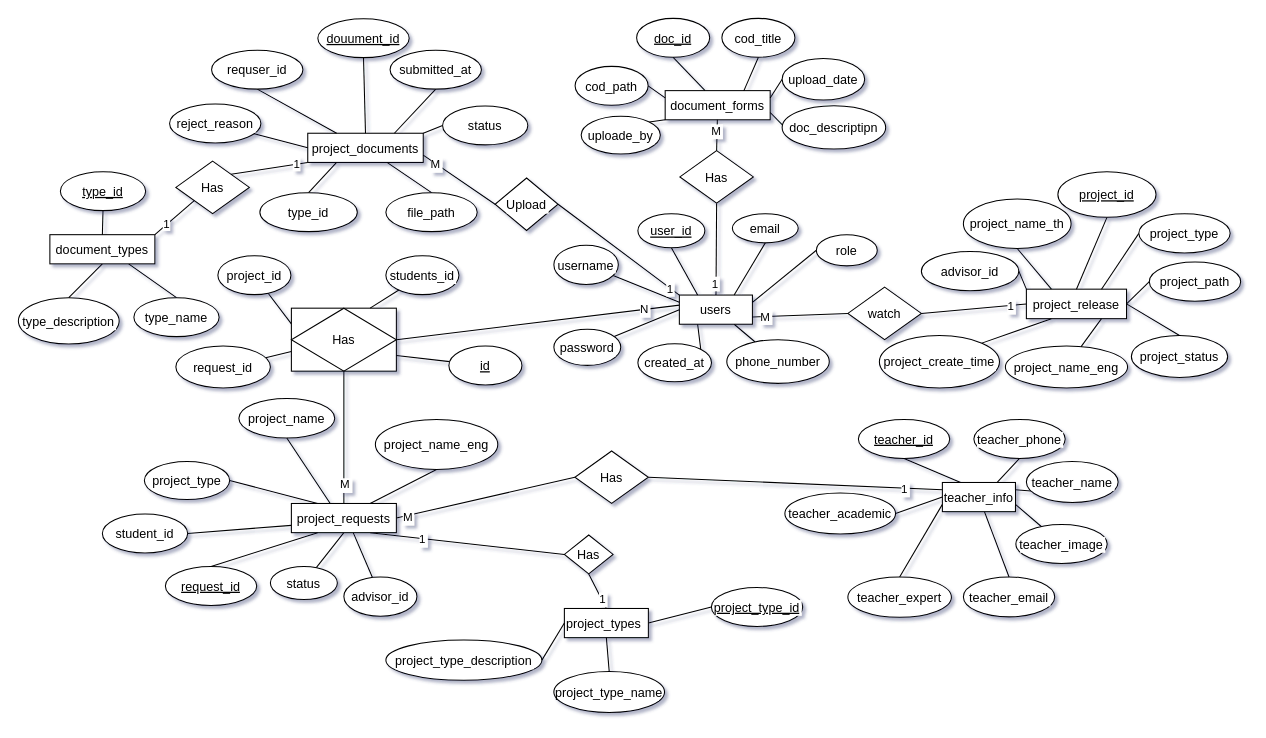
The draw.io diagram ER.drawio in ItsRyS/Diagram-pms, before the edit. Source tidied: cells renumbered, new cells numbered last; positions are measured from the earlier drawing's top-left corner, leaving out a move shared by most shapes. Both pictures are drawn from the tidied source at 105%, with x=0, y=0 at pixel (18, 18).
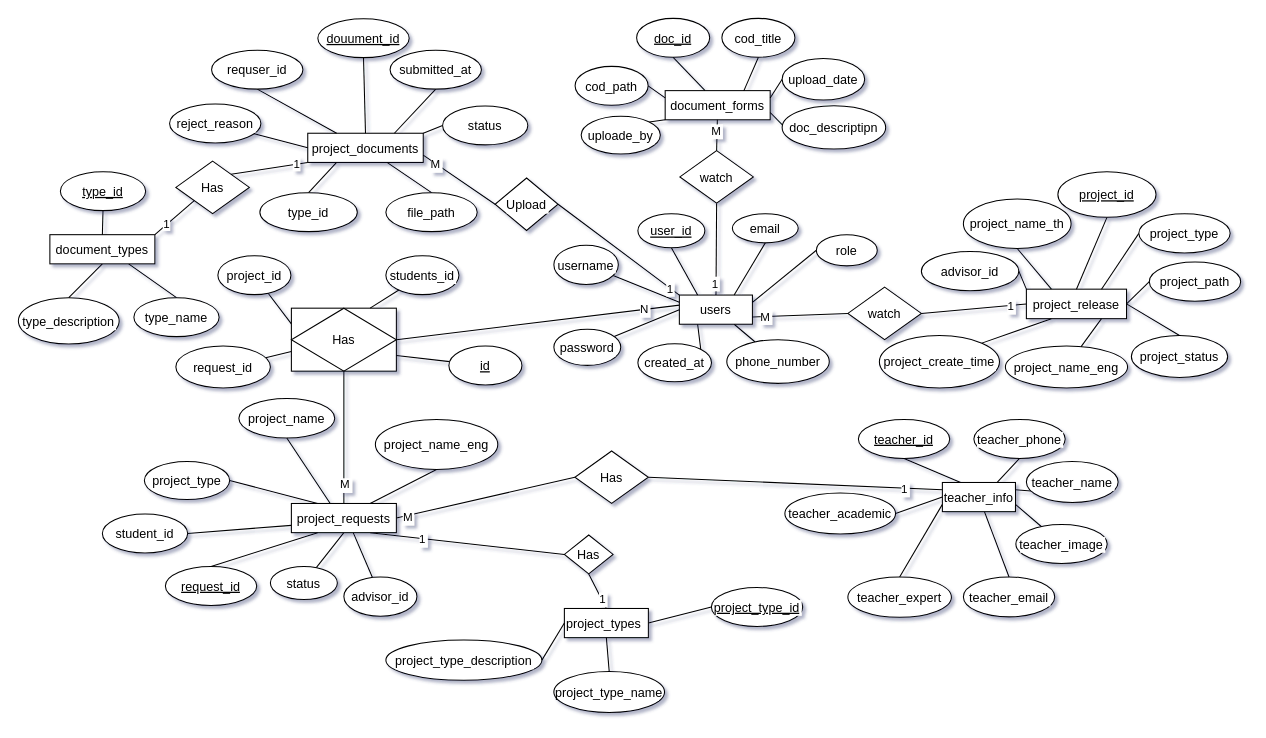
Above is the later version.

Change to the diagram source:
```diff
@@
-    <mxCell id="64" value="Has" style="rhombus;rounded=0;labelBackgroundColor=default;fontColor=default;textShadow=0;labelBorderColor=none;" parent="1" vertex="1">
+    <mxCell id="64" value="watch" style="rhombus;rounded=0;labelBackgroundColor=default;fontColor=default;textShadow=0;labelBorderColor=none;" parent="1" vertex="1">
       <mxGeometry x="630" y="126" width="70" height="50" as="geometry" />
     </mxCell>
```
